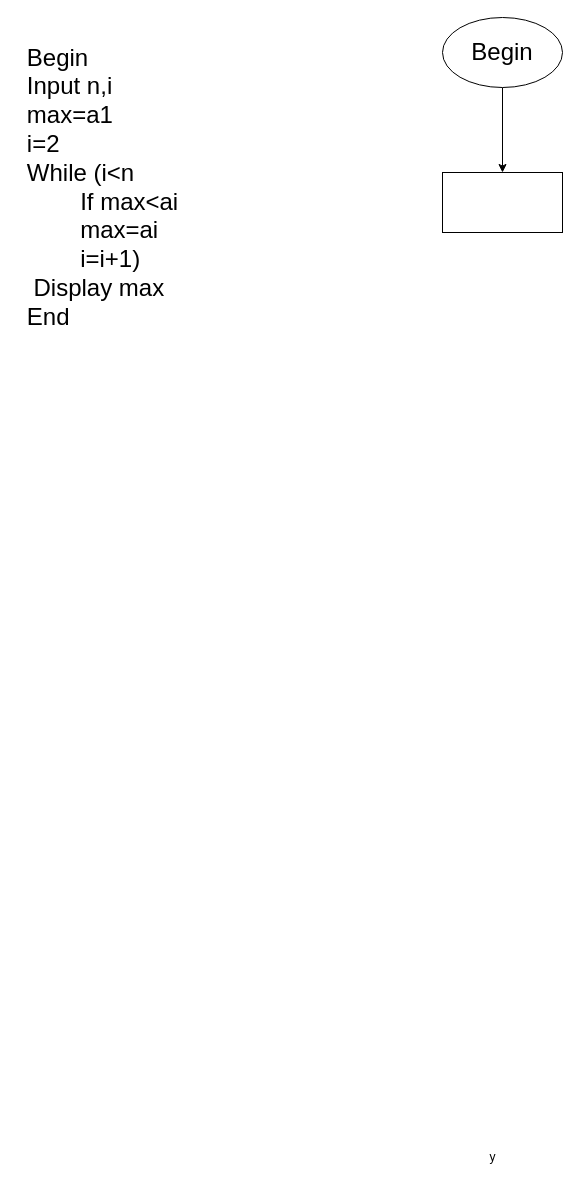
This is C0922G1-LeDinhHau/ss2_code_org/Thuc_hanh/bai_giatrilonnhat.drawio from Hau67/Co922G1_LEDINHHAU, a draw.io file, before an edit. Source tidied: cells renumbered, new cells numbered last; positions are measured from the earlier drawing's top-left corner, leaving out a move shared by most shapes. Both pictures are drawn from the tidied source at 100%, with x=0, y=0 at pixel (17, 17).
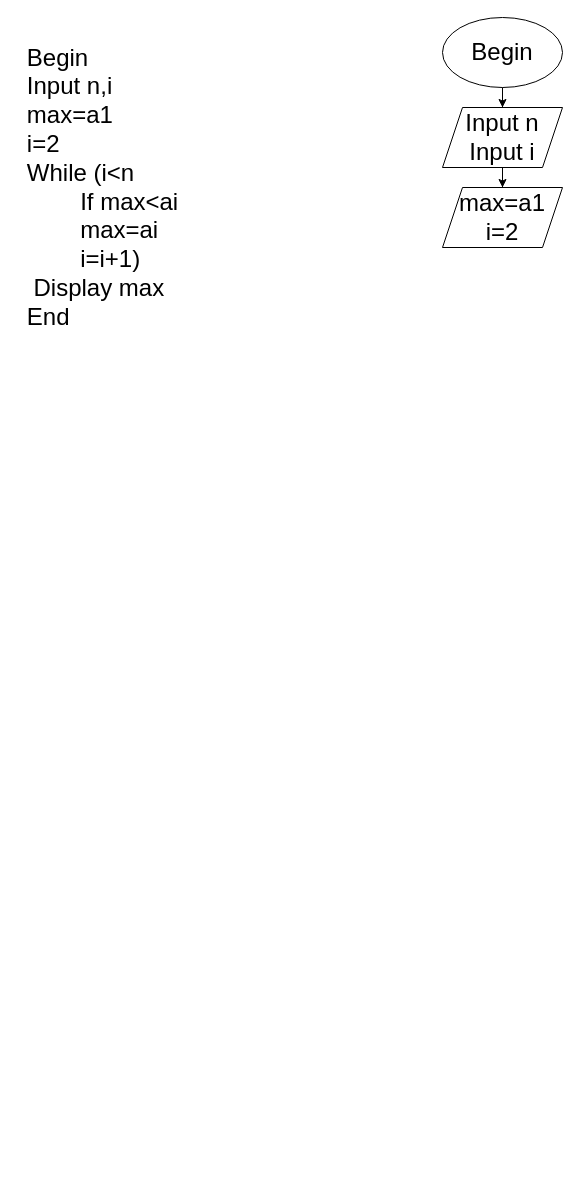
Above is the later version.

The edit, as a diff of the source:
```diff
@@
 <mxGraphModel>
   <root>
     <mxCell id="0" />
     <mxCell id="1" parent="0" />
-    <mxCell id="2" style="edgeStyle=orthogonalEdgeStyle;rounded=0;jettySize=auto;html=1;fontSize=24;" parent="1" edge="1" source="3" target="6">
-      <mxGeometry relative="1" as="geometry" />
-    </mxCell>
+    <mxCell id="7" style="edgeStyle=orthogonalEdgeStyle;rounded=0;jettySize=auto;html=1;" parent="1" edge="1" source="3" target="9">
+      <mxGeometry relative="1" as="geometry" />
+    </mxCell>
     <mxCell id="3" value="Begin" style="ellipse;whiteSpace=wrap;html=1;fontSize=24;" parent="1" vertex="1">
       <mxGeometry x="425" width="120" height="70" as="geometry" />
     </mxCell>
-    <mxCell id="4" value="y" style="text;html=1;align=center;verticalAlign=middle;fillColor=none;strokeColor=none;rounded=0;" parent="1" vertex="1">
-      <mxGeometry x="460" y="1125" width="30" height="30" as="geometry" />
-    </mxCell>
     <mxCell id="5" value="&lt;div style=&quot;text-align: left;&quot;&gt;&lt;span style=&quot;font-size: 24px; background-color: initial;&quot;&gt;Begin&lt;/span&gt;&lt;/div&gt;&lt;div style=&quot;font-size: 24px; text-align: left;&quot;&gt;&lt;span style=&quot;background-color: initial;&quot;&gt;Input n,i&lt;/span&gt;&lt;/div&gt;&lt;div style=&quot;font-size: 24px; text-align: left;&quot;&gt;&lt;span style=&quot;background-color: initial;&quot;&gt;max=a1&lt;/span&gt;&lt;/div&gt;&lt;div style=&quot;font-size: 24px; text-align: left;&quot;&gt;&lt;span style=&quot;background-color: initial;&quot;&gt;i=2&lt;/span&gt;&lt;/div&gt;&lt;div style=&quot;font-size: 24px; text-align: left;&quot;&gt;&lt;span style=&quot;background-color: initial;&quot;&gt;While (i&amp;lt;n&amp;nbsp;&lt;/span&gt;&lt;/div&gt;&lt;span style=&quot;font-size: 24px; white-space: pre;&quot;&gt;&lt;div style=&quot;text-align: left;&quot;&gt;&lt;span style=&quot;background-color: initial;&quot;&gt;&#9;&lt;/span&gt;&lt;span style=&quot;background-color: initial; white-space: nowrap;&quot;&gt;If max&amp;lt;ai&lt;/span&gt;&lt;/div&gt;&lt;/span&gt;&lt;div style=&quot;font-size: 24px; text-align: left;&quot;&gt;&lt;span style=&quot;background-color: initial;&quot;&gt;&lt;span style=&quot;white-space: pre;&quot;&gt;&#9;&lt;/span&gt;max=ai&lt;/span&gt;&lt;/div&gt;&lt;div style=&quot;font-size: 24px; text-align: left;&quot;&gt;&lt;span style=&quot;background-color: initial;&quot;&gt;&lt;span style=&quot;white-space: pre;&quot;&gt;&#9;&lt;/span&gt;i=i+1)&lt;/span&gt;&lt;/div&gt;&lt;div style=&quot;font-size: 24px; text-align: left;&quot;&gt;&lt;span style=&quot;background-color: initial;&quot;&gt;&amp;nbsp;Display max&lt;/span&gt;&lt;br&gt;&lt;/div&gt;&lt;div style=&quot;font-size: 24px; text-align: left;&quot;&gt;&lt;span style=&quot;background-color: initial;&quot;&gt;End&lt;/span&gt;&lt;/div&gt;" style="text;html=1;align=center;verticalAlign=middle;strokeColor=none;fillColor=none;" parent="1" vertex="1">
       <mxGeometry y="20" width="170" height="300" as="geometry" />
     </mxCell>
-    <mxCell id="6" style="whiteSpace=wrap;html=1;fontSize=24;" parent="1" vertex="1">
-      <mxGeometry x="425" y="155" width="120" height="60" as="geometry" />
-    </mxCell>
+    <mxCell id="8" style="edgeStyle=orthogonalEdgeStyle;rounded=0;jettySize=auto;html=1;" parent="1" edge="1" source="9" target="10">
+      <mxGeometry relative="1" as="geometry" />
+    </mxCell>
+    <mxCell id="9" value="Input n&lt;br&gt;Input i" style="shape=parallelogram;perimeter=parallelogramPerimeter;whiteSpace=wrap;html=1;fixedSize=1;fontSize=24;" parent="1" vertex="1">
+      <mxGeometry x="425" y="90" width="120" height="60" as="geometry" />
+    </mxCell>
+    <mxCell id="10" value="max=a1&lt;br&gt;i=2" style="shape=parallelogram;perimeter=parallelogramPerimeter;whiteSpace=wrap;html=1;fixedSize=1;fontSize=24;" parent="1" vertex="1">
+      <mxGeometry x="425" y="170" width="120" height="60" as="geometry" />
+    </mxCell>
   </root>
 </mxGraphModel>
```
